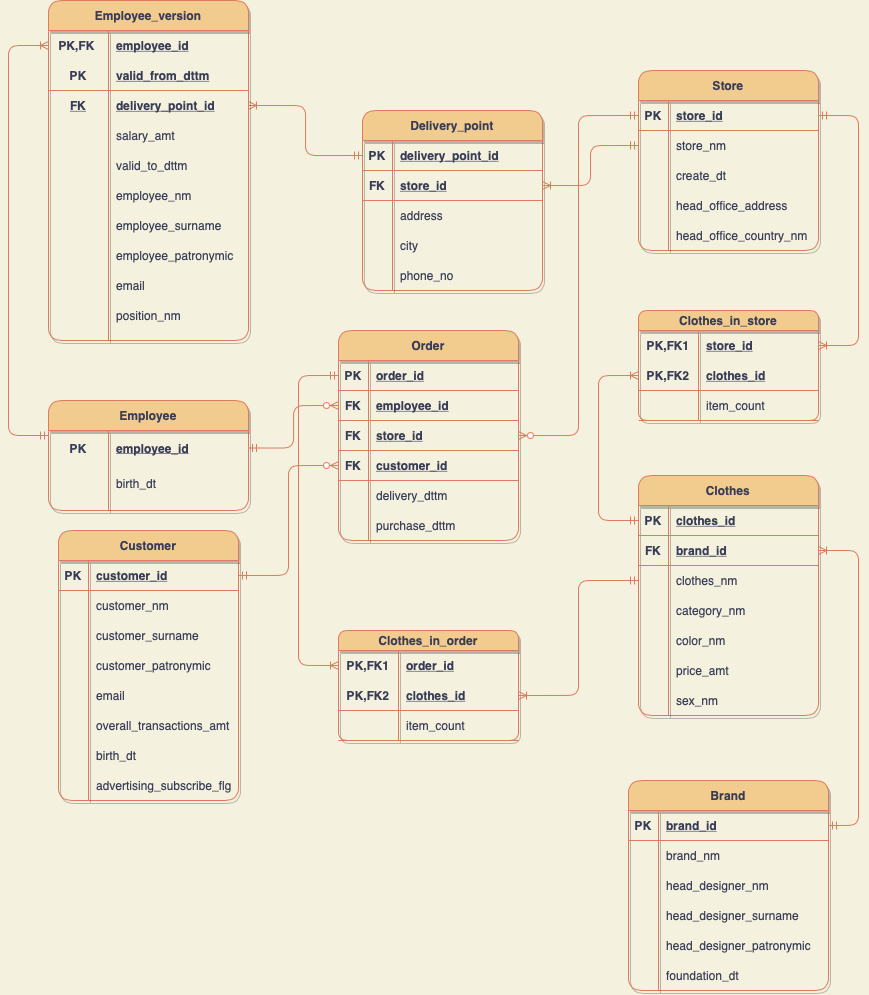
werticell/DatabaseProject keeps this draw.io diagram as images/LogicalModel.png. Above is the earlier version. Source tidied: cells renumbered, new cells last; positions are measured from the earlier drawing's top-left corner, leaving out a move shared by most shapes.
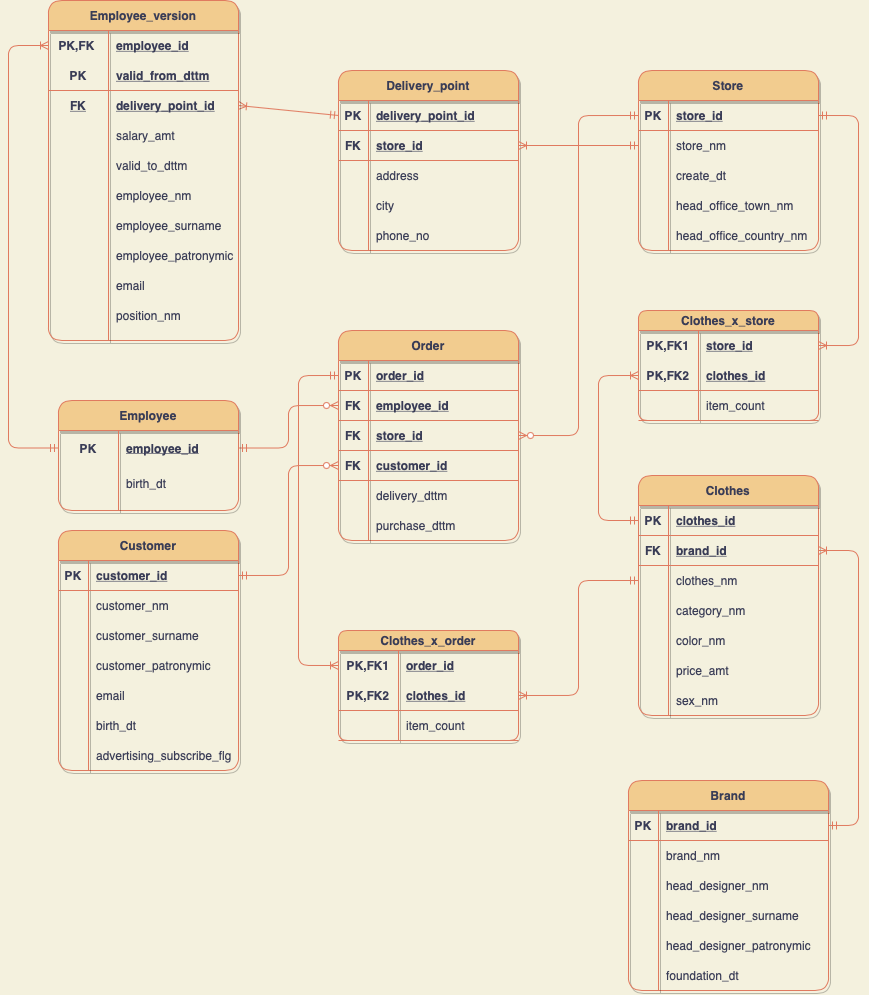
The same diagram one commit later.

Diff of the diagram source:
```diff
@@ -60,7 +60,7 @@
       <mxGeometry x="30" width="150" height="30" as="geometry" />
     </mxCell>
     <mxCell id="21" value="Delivery_point" style="shape=table;startSize=30;rowLines=0;fontStyle=1;align=center;fillColor=#F2CC8F;strokeColor=#E07A5F;fontColor=#393C56;rounded=1;shadow=1;" parent="1" vertex="1">
-      <mxGeometry x="354" y="110" width="180" height="180" as="geometry" />
+      <mxGeometry x="330" y="70" width="180" height="180" as="geometry" />
     </mxCell>
     <mxCell id="22" style="shape=partialRectangle;fillColor=none;top=0;left=0;bottom=1;right=0;points=[[0,0.5],[1,0.5]];portConstraint=eastwest;strokeColor=#E07A5F;fontColor=#393C56;rounded=1;" parent="21" vertex="1">
       <mxGeometry y="30" width="180" height="30" as="geometry" />
@@ -143,7 +143,7 @@
     <mxCell id="48" style="shape=partialRectangle;fillColor=none;top=0;left=0;bottom=0;right=0;overflow=hidden;strokeColor=#E07A5F;fontColor=#393C56;rounded=1;" parent="47" vertex="1">
       <mxGeometry width="30" height="30" as="geometry" />
     </mxCell>
-    <mxCell id="49" value="head_office_address" style="shape=partialRectangle;fillColor=none;top=0;left=0;bottom=0;right=0;align=left;spacingLeft=6;overflow=hidden;strokeColor=#E07A5F;fontColor=#393C56;rounded=1;" parent="47" vertex="1">
+    <mxCell id="49" value="head_office_town_nm" style="shape=partialRectangle;fillColor=none;top=0;left=0;bottom=0;right=0;align=left;spacingLeft=6;overflow=hidden;strokeColor=#E07A5F;fontColor=#393C56;rounded=1;" parent="47" vertex="1">
       <mxGeometry x="30" width="150" height="30" as="geometry" />
     </mxCell>
     <mxCell id="50" style="shape=partialRectangle;fillColor=none;top=0;left=0;bottom=0;right=0;strokeColor=#E07A5F;fontColor=#393C56;rounded=1;" parent="37" vertex="1">
@@ -156,7 +156,7 @@
       <mxGeometry x="30" width="150" height="30" as="geometry" />
     </mxCell>
     <mxCell id="53" value="Customer" style="shape=table;startSize=30;rowLines=0;fontStyle=1;align=center;fillColor=#F2CC8F;strokeColor=#E07A5F;fontColor=#393C56;rounded=1;shadow=1;" parent="1" vertex="1">
-      <mxGeometry x="50" y="530" width="180" height="270" as="geometry" />
+      <mxGeometry x="50" y="530" width="180" height="240" as="geometry" />
     </mxCell>
     <mxCell id="54" style="shape=partialRectangle;fillColor=none;top=0;left=0;bottom=1;right=0;points=[[0,0.5],[1,0.5]];portConstraint=eastwest;strokeColor=#E07A5F;fontColor=#393C56;rounded=1;" parent="53" vertex="1">
       <mxGeometry y="30" width="180" height="30" as="geometry" />
@@ -203,17 +203,8 @@
     <mxCell id="68" value="email" style="shape=partialRectangle;fillColor=none;top=0;left=0;bottom=0;right=0;align=left;spacingLeft=6;overflow=hidden;strokeColor=#E07A5F;fontColor=#393C56;rounded=1;" parent="66" vertex="1">
       <mxGeometry x="30" width="150" height="30" as="geometry" />
     </mxCell>
-    <mxCell id="69" style="shape=partialRectangle;fillColor=none;top=0;left=0;bottom=0;right=0;strokeColor=#E07A5F;fontColor=#393C56;rounded=1;" parent="53" vertex="1">
-      <mxGeometry y="180" width="180" height="30" as="geometry" />
-    </mxCell>
-    <mxCell id="70" style="shape=partialRectangle;fillColor=none;top=0;left=0;bottom=0;right=0;overflow=hidden;strokeColor=#E07A5F;fontColor=#393C56;rounded=1;" parent="69" vertex="1">
-      <mxGeometry width="30" height="30" as="geometry" />
-    </mxCell>
-    <mxCell id="71" value="overall_transactions_amt" style="shape=partialRectangle;fillColor=none;top=0;left=0;bottom=0;right=0;align=left;spacingLeft=6;overflow=hidden;strokeColor=#E07A5F;fontColor=#393C56;rounded=1;" parent="69" vertex="1">
-      <mxGeometry x="30" width="150" height="30" as="geometry" />
-    </mxCell>
     <mxCell id="72" style="shape=partialRectangle;fillColor=none;top=0;left=0;bottom=0;right=0;strokeColor=#E07A5F;fontColor=#393C56;rounded=1;" parent="53" vertex="1">
-      <mxGeometry y="210" width="180" height="30" as="geometry" />
+      <mxGeometry y="180" width="180" height="30" as="geometry" />
     </mxCell>
     <mxCell id="73" style="shape=partialRectangle;fillColor=none;top=0;left=0;bottom=0;right=0;overflow=hidden;strokeColor=#E07A5F;fontColor=#393C56;rounded=1;" parent="72" vertex="1">
       <mxGeometry width="30" height="30" as="geometry" />
@@ -222,7 +213,7 @@
       <mxGeometry x="30" width="150" height="30" as="geometry" />
     </mxCell>
     <mxCell id="75" style="shape=partialRectangle;fillColor=none;top=0;left=0;bottom=0;right=0;strokeColor=#E07A5F;fontColor=#393C56;rounded=1;" parent="53" vertex="1">
-      <mxGeometry y="240" width="180" height="30" as="geometry" />
+      <mxGeometry y="210" width="180" height="30" as="geometry" />
     </mxCell>
     <mxCell id="76" style="shape=partialRectangle;fillColor=none;top=0;left=0;bottom=0;right=0;overflow=hidden;strokeColor=#E07A5F;fontColor=#393C56;rounded=1;" parent="75" vertex="1">
       <mxGeometry width="30" height="30" as="geometry" />
@@ -296,7 +287,7 @@
     <mxCell id="99" value="sex_nm" style="shape=partialRectangle;fillColor=none;top=0;left=0;bottom=0;right=0;align=left;spacingLeft=6;overflow=hidden;strokeColor=#E07A5F;fontColor=#393C56;rounded=1;" parent="97" vertex="1">
       <mxGeometry x="30" width="150" height="30" as="geometry" />
     </mxCell>
-    <mxCell id="100" value="Clothes_in_store" style="shape=table;startSize=20;rowLines=0;fontStyle=1;align=center;fillColor=#F2CC8F;strokeColor=#E07A5F;fontColor=#393C56;rounded=1;shadow=1;" parent="1" vertex="1">
+    <mxCell id="100" value="Clothes_x_store" style="shape=table;startSize=20;rowLines=0;fontStyle=1;align=center;fillColor=#F2CC8F;strokeColor=#E07A5F;fontColor=#393C56;rounded=1;shadow=1;" parent="1" vertex="1">
       <mxGeometry x="630" y="310" width="180" height="110" as="geometry" />
     </mxCell>
     <mxCell id="101" style="shape=partialRectangle;fillColor=none;top=0;left=0;bottom=0;right=0;points=[[0,0.5],[1,0.5]];portConstraint=eastwest;strokeColor=#E07A5F;fontColor=#393C56;rounded=1;" parent="100" vertex="1">
@@ -326,7 +317,7 @@
     <mxCell id="109" value="item_count" style="shape=partialRectangle;fillColor=none;top=0;left=0;bottom=0;right=0;align=left;spacingLeft=6;fontStyle=0;overflow=hidden;strokeColor=#E07A5F;fontColor=#393C56;rounded=1;" parent="107" vertex="1">
       <mxGeometry x="60" width="120" height="30" as="geometry" />
     </mxCell>
-    <mxCell id="110" value="Clothes_in_order" style="shape=table;startSize=20;rowLines=0;fontStyle=1;align=center;fillColor=#F2CC8F;strokeColor=#E07A5F;fontColor=#393C56;rounded=1;shadow=1;" parent="1" vertex="1">
+    <mxCell id="110" value="Clothes_x_order" style="shape=table;startSize=20;rowLines=0;fontStyle=1;align=center;fillColor=#F2CC8F;strokeColor=#E07A5F;fontColor=#393C56;rounded=1;shadow=1;" parent="1" vertex="1">
       <mxGeometry x="330" y="630" width="180" height="110" as="geometry" />
     </mxCell>
     <mxCell id="111" style="shape=partialRectangle;fillColor=none;top=0;left=0;bottom=0;right=0;points=[[0,0.5],[1,0.5]];portConstraint=eastwest;strokeColor=#E07A5F;fontColor=#393C56;rounded=1;" parent="110" vertex="1">
@@ -433,7 +424,7 @@
     <mxCell id="143" style="fontSize=12;html=1;endArrow=ERoneToMany;startArrow=ERmandOne;exitX=0;exitY=0.5;exitDx=0;exitDy=0;entryX=1;entryY=0.5;entryDx=0;entryDy=0;strokeColor=#E07A5F;fontColor=#393C56;edgeStyle=orthogonalEdgeStyle;labelBackgroundColor=#F4F1DE;" parent="1" edge="1" source="41" target="25">
       <mxGeometry relative="1" as="geometry" />
     </mxCell>
-    <mxCell id="144" style="fontSize=12;html=1;endArrow=ERoneToMany;startArrow=ERmandOne;exitX=0;exitY=0.5;exitDx=0;exitDy=0;edgeStyle=orthogonalEdgeStyle;strokeColor=#E07A5F;fontColor=#393C56;labelBackgroundColor=#F4F1DE;entryX=1;entryY=0.5;entryDx=0;entryDy=0;" parent="1" edge="1" source="22" target="163">
+    <mxCell id="144" style="fontSize=12;html=1;endArrow=ERoneToMany;startArrow=ERmandOne;exitX=0;exitY=0.5;exitDx=0;exitDy=0;strokeColor=#E07A5F;fontColor=#393C56;labelBackgroundColor=#F4F1DE;entryX=1;entryY=0.5;entryDx=0;entryDy=0;" parent="1" edge="1" source="22" target="163">
       <mxGeometry relative="1" as="geometry" />
     </mxCell>
     <mxCell id="145" style="fontSize=12;html=1;endArrow=ERoneToMany;startArrow=ERmandOne;exitX=1;exitY=0.5;exitDx=0;exitDy=0;entryX=1;entryY=0.5;entryDx=0;entryDy=0;edgeStyle=orthogonalEdgeStyle;strokeColor=#E07A5F;fontColor=#393C56;labelBackgroundColor=#F4F1DE;" parent="1" edge="1" source="38" target="101">
@@ -464,122 +455,121 @@
       <mxGeometry relative="1" as="geometry" />
     </mxCell>
     <mxCell id="149" value="Employee" style="shape=table;startSize=30;rowLines=0;fontStyle=1;align=center;rounded=1;shadow=1;sketch=0;strokeColor=#E07A5F;fillColor=#F2CC8F;fontColor=#393C56;" parent="1" vertex="1">
-      <mxGeometry x="40" y="400" width="200" height="110" as="geometry" />
+      <mxGeometry x="50" y="400" width="180" height="110" as="geometry" />
     </mxCell>
     <mxCell id="150" style="shape=partialRectangle;fillColor=none;top=0;left=0;bottom=0;right=0;points=[[0,0.5],[1,0.5]];portConstraint=eastwest;strokeColor=#E07A5F;fontColor=#393C56;" parent="149" vertex="1">
-      <mxGeometry y="30" width="200" height="35" as="geometry" />
+      <mxGeometry y="30" width="180" height="35" as="geometry" />
     </mxCell>
     <mxCell id="151" value="PK" style="shape=partialRectangle;fillColor=none;top=0;left=0;bottom=0;right=0;fontStyle=1;overflow=hidden;strokeColor=#E07A5F;fontColor=#393C56;" parent="150" vertex="1">
       <mxGeometry width="60" height="35" as="geometry" />
     </mxCell>
     <mxCell id="152" value="employee_id" style="shape=partialRectangle;fillColor=none;top=0;left=0;bottom=0;right=0;align=left;spacingLeft=6;fontStyle=5;overflow=hidden;strokeColor=#E07A5F;fontColor=#393C56;" parent="150" vertex="1">
-      <mxGeometry x="60" width="140" height="35" as="geometry" />
+      <mxGeometry x="60" width="120" height="35" as="geometry" />
     </mxCell>
     <mxCell id="153" style="shape=partialRectangle;fillColor=none;top=0;left=0;bottom=0;right=0;strokeColor=#E07A5F;fontColor=#393C56;" parent="149" vertex="1">
-      <mxGeometry y="65" width="200" height="35" as="geometry" />
+      <mxGeometry y="65" width="180" height="35" as="geometry" />
     </mxCell>
     <mxCell id="154" style="shape=partialRectangle;fillColor=none;top=0;left=0;bottom=0;right=0;fontStyle=1;overflow=hidden;strokeColor=#E07A5F;fontColor=#393C56;" parent="153" vertex="1">
       <mxGeometry width="60" height="35" as="geometry" />
     </mxCell>
     <mxCell id="155" value="birth_dt" style="shape=partialRectangle;fillColor=none;top=0;left=0;bottom=0;right=0;align=left;spacingLeft=6;fontStyle=0;overflow=hidden;strokeColor=#E07A5F;fontColor=#393C56;" parent="153" vertex="1">
-      <mxGeometry x="60" width="140" height="35" as="geometry" />
+      <mxGeometry x="60" width="120" height="35" as="geometry" />
     </mxCell>
     <mxCell id="156" value="Employee_version" style="shape=table;startSize=30;rowLines=0;fontStyle=1;align=center;rounded=1;shadow=1;sketch=0;strokeColor=#E07A5F;fillColor=#F2CC8F;fontColor=#393C56;" parent="1" vertex="1">
-      <mxGeometry x="40" width="200" height="340" as="geometry" />
+      <mxGeometry x="40" width="190" height="340" as="geometry" />
     </mxCell>
     <mxCell id="157" style="shape=partialRectangle;fillColor=none;top=0;left=0;bottom=0;right=0;points=[[0,0.5],[1,0.5]];portConstraint=eastwest;strokeColor=#E07A5F;fontColor=#393C56;" parent="156" vertex="1">
-      <mxGeometry y="30" width="200" height="30" as="geometry" />
+      <mxGeometry y="30" width="190" height="30" as="geometry" />
     </mxCell>
     <mxCell id="158" value="PK,FK " style="shape=partialRectangle;fillColor=none;top=0;left=0;bottom=0;right=0;fontStyle=1;overflow=hidden;strokeColor=#E07A5F;fontColor=#393C56;" parent="157" vertex="1">
       <mxGeometry width="60" height="30" as="geometry" />
     </mxCell>
     <mxCell id="159" value="employee_id" style="shape=partialRectangle;fillColor=none;top=0;left=0;bottom=0;right=0;align=left;spacingLeft=6;fontStyle=5;overflow=hidden;strokeColor=#E07A5F;fontColor=#393C56;" parent="157" vertex="1">
-      <mxGeometry x="60" width="140" height="30" as="geometry" />
+      <mxGeometry x="60" width="130" height="30" as="geometry" />
     </mxCell>
     <mxCell id="160" style="shape=partialRectangle;fillColor=none;top=0;left=0;bottom=1;right=0;strokeColor=#E07A5F;fontColor=#393C56;" parent="156" vertex="1">
-      <mxGeometry y="60" width="200" height="30" as="geometry" />
+      <mxGeometry y="60" width="190" height="30" as="geometry" />
     </mxCell>
     <mxCell id="161" value="PK" style="shape=partialRectangle;fillColor=none;top=0;left=0;bottom=0;right=0;fontStyle=1;overflow=hidden;strokeColor=#E07A5F;fontColor=#393C56;" parent="160" vertex="1">
       <mxGeometry width="60" height="30" as="geometry" />
     </mxCell>
     <mxCell id="162" value="valid_from_dttm" style="shape=partialRectangle;fillColor=none;top=0;left=0;bottom=0;right=0;align=left;spacingLeft=6;fontStyle=5;overflow=hidden;strokeColor=#E07A5F;fontColor=#393C56;" parent="160" vertex="1">
-      <mxGeometry x="60" width="140" height="30" as="geometry" />
+      <mxGeometry x="60" width="130" height="30" as="geometry" />
     </mxCell>
     <mxCell id="163" style="shape=partialRectangle;fillColor=none;top=0;left=0;bottom=0;right=0;points=[[0,0.5],[1,0.5]];portConstraint=eastwest;strokeColor=#E07A5F;fontColor=#393C56;" parent="156" vertex="1">
-      <mxGeometry y="90" width="200" height="30" as="geometry" />
+      <mxGeometry y="90" width="190" height="30" as="geometry" />
     </mxCell>
     <mxCell id="164" value="FK" style="shape=partialRectangle;fillColor=none;top=0;left=0;bottom=0;right=0;overflow=hidden;fontStyle=5;strokeColor=#E07A5F;fontColor=#393C56;" parent="163" vertex="1">
       <mxGeometry width="60" height="30" as="geometry" />
     </mxCell>
     <mxCell id="165" value="delivery_point_id" style="shape=partialRectangle;fillColor=none;top=0;left=0;bottom=0;right=0;align=left;spacingLeft=6;overflow=hidden;fontStyle=5;strokeColor=#E07A5F;fontColor=#393C56;" parent="163" vertex="1">
-      <mxGeometry x="60" width="140" height="30" as="geometry" />
+      <mxGeometry x="60" width="130" height="30" as="geometry" />
     </mxCell>
     <mxCell id="166" style="shape=partialRectangle;fillColor=none;top=0;left=0;bottom=0;right=0;strokeColor=#E07A5F;fontColor=#393C56;" parent="156" vertex="1">
-      <mxGeometry y="120" width="200" height="30" as="geometry" />
+      <mxGeometry y="120" width="190" height="30" as="geometry" />
     </mxCell>
     <mxCell id="167" style="shape=partialRectangle;fillColor=none;top=0;left=0;bottom=0;right=0;overflow=hidden;strokeColor=#E07A5F;fontColor=#393C56;" parent="166" vertex="1">
       <mxGeometry width="60" height="30" as="geometry" />
     </mxCell>
     <mxCell id="168" value="salary_amt" style="shape=partialRectangle;fillColor=none;top=0;left=0;bottom=0;right=0;align=left;spacingLeft=6;overflow=hidden;strokeColor=#E07A5F;fontColor=#393C56;" parent="166" vertex="1">
-      <mxGeometry x="60" width="140" height="30" as="geometry" />
+      <mxGeometry x="60" width="130" height="30" as="geometry" />
     </mxCell>
     <mxCell id="169" style="shape=partialRectangle;fillColor=none;top=0;left=0;bottom=0;right=0;strokeColor=#E07A5F;fontColor=#393C56;" parent="156" vertex="1">
-      <mxGeometry y="150" width="200" height="30" as="geometry" />
+      <mxGeometry y="150" width="190" height="30" as="geometry" />
     </mxCell>
     <mxCell id="170" style="shape=partialRectangle;fillColor=none;top=0;left=0;bottom=0;right=0;overflow=hidden;strokeColor=#E07A5F;fontColor=#393C56;" parent="169" vertex="1">
       <mxGeometry width="60" height="30" as="geometry" />
     </mxCell>
     <mxCell id="171" value="valid_to_dttm" style="shape=partialRectangle;fillColor=none;top=0;left=0;bottom=0;right=0;align=left;spacingLeft=6;overflow=hidden;strokeColor=#E07A5F;fontColor=#393C56;" parent="169" vertex="1">
-      <mxGeometry x="60" width="140" height="30" as="geometry" />
+      <mxGeometry x="60" width="130" height="30" as="geometry" />
     </mxCell>
     <mxCell id="172" style="shape=partialRectangle;fillColor=none;top=0;left=0;bottom=0;right=0;strokeColor=#E07A5F;fontColor=#393C56;" parent="156" vertex="1">
-      <mxGeometry y="180" width="200" height="30" as="geometry" />
+      <mxGeometry y="180" width="190" height="30" as="geometry" />
     </mxCell>
     <mxCell id="173" style="shape=partialRectangle;fillColor=none;top=0;left=0;bottom=0;right=0;overflow=hidden;strokeColor=#E07A5F;fontColor=#393C56;" parent="172" vertex="1">
       <mxGeometry width="60" height="30" as="geometry" />
     </mxCell>
     <mxCell id="174" value="employee_nm" style="shape=partialRectangle;fillColor=none;top=0;left=0;bottom=0;right=0;align=left;spacingLeft=6;overflow=hidden;strokeColor=#E07A5F;fontColor=#393C56;" parent="172" vertex="1">
-      <mxGeometry x="60" width="140" height="30" as="geometry" />
+      <mxGeometry x="60" width="130" height="30" as="geometry" />
     </mxCell>
     <mxCell id="175" style="shape=partialRectangle;fillColor=none;top=0;left=0;bottom=0;right=0;strokeColor=#E07A5F;fontColor=#393C56;" parent="156" vertex="1">
-      <mxGeometry y="210" width="200" height="30" as="geometry" />
+      <mxGeometry y="210" width="190" height="30" as="geometry" />
     </mxCell>
     <mxCell id="176" style="shape=partialRectangle;fillColor=none;top=0;left=0;bottom=0;right=0;overflow=hidden;strokeColor=#E07A5F;fontColor=#393C56;" parent="175" vertex="1">
       <mxGeometry width="60" height="30" as="geometry" />
     </mxCell>
     <mxCell id="177" value="employee_surname" style="shape=partialRectangle;fillColor=none;top=0;left=0;bottom=0;right=0;align=left;spacingLeft=6;overflow=hidden;strokeColor=#E07A5F;fontColor=#393C56;" parent="175" vertex="1">
-      <mxGeometry x="60" width="140" height="30" as="geometry" />
+      <mxGeometry x="60" width="130" height="30" as="geometry" />
     </mxCell>
     <mxCell id="178" style="shape=partialRectangle;fillColor=none;top=0;left=0;bottom=0;right=0;strokeColor=#E07A5F;fontColor=#393C56;" parent="156" vertex="1">
-      <mxGeometry y="240" width="200" height="30" as="geometry" />
+      <mxGeometry y="240" width="190" height="30" as="geometry" />
     </mxCell>
     <mxCell id="179" style="shape=partialRectangle;fillColor=none;top=0;left=0;bottom=0;right=0;overflow=hidden;strokeColor=#E07A5F;fontColor=#393C56;" parent="178" vertex="1">
       <mxGeometry width="60" height="30" as="geometry" />
     </mxCell>
     <mxCell id="180" value="employee_patronymic" style="shape=partialRectangle;fillColor=none;top=0;left=0;bottom=0;right=0;align=left;spacingLeft=6;overflow=hidden;strokeColor=#E07A5F;fontColor=#393C56;" parent="178" vertex="1">
-      <mxGeometry x="60" width="140" height="30" as="geometry" />
+      <mxGeometry x="60" width="130" height="30" as="geometry" />
     </mxCell>
     <mxCell id="181" style="shape=partialRectangle;fillColor=none;top=0;left=0;bottom=0;right=0;strokeColor=#E07A5F;fontColor=#393C56;" parent="156" vertex="1">
-      <mxGeometry y="270" width="200" height="30" as="geometry" />
+      <mxGeometry y="270" width="190" height="30" as="geometry" />
     </mxCell>
     <mxCell id="182" style="shape=partialRectangle;fillColor=none;top=0;left=0;bottom=0;right=0;overflow=hidden;strokeColor=#E07A5F;fontColor=#393C56;" parent="181" vertex="1">
       <mxGeometry width="60" height="30" as="geometry" />
     </mxCell>
     <mxCell id="183" value="email" style="shape=partialRectangle;fillColor=none;top=0;left=0;bottom=0;right=0;align=left;spacingLeft=6;overflow=hidden;strokeColor=#E07A5F;fontColor=#393C56;" parent="181" vertex="1">
-      <mxGeometry x="60" width="140" height="30" as="geometry" />
+      <mxGeometry x="60" width="130" height="30" as="geometry" />
     </mxCell>
     <mxCell id="184" style="shape=partialRectangle;fillColor=none;top=0;left=0;bottom=0;right=0;strokeColor=#E07A5F;fontColor=#393C56;" parent="156" vertex="1">
-      <mxGeometry y="300" width="200" height="30" as="geometry" />
+      <mxGeometry y="300" width="190" height="30" as="geometry" />
     </mxCell>
     <mxCell id="185" style="shape=partialRectangle;fillColor=none;top=0;left=0;bottom=0;right=0;overflow=hidden;fontStyle=5;strokeColor=#E07A5F;fontColor=#393C56;" parent="184" vertex="1">
       <mxGeometry width="60" height="30" as="geometry" />
     </mxCell>
     <mxCell id="186" value="position_nm" style="shape=partialRectangle;fillColor=none;top=0;left=0;bottom=0;right=0;align=left;spacingLeft=6;overflow=hidden;fontStyle=0;strokeColor=#E07A5F;fontColor=#393C56;" parent="184" vertex="1">
-      <mxGeometry x="60" width="140" height="30" as="geometry" />
+      <mxGeometry x="60" width="130" height="30" as="geometry" />
     </mxCell>
-    <mxCell id="187" style="fontSize=12;html=1;endArrow=ERoneToMany;startArrow=ERmandOne;exitX=0;exitY=0.5;exitDx=0;exitDy=0;edgeStyle=elbowEdgeStyle;strokeColor=#E07A5F;fontColor=#393C56;labelBackgroundColor=#F4F1DE;entryX=0;entryY=0.5;entryDx=0;entryDy=0;" parent="1" edge="1" target="157">
+    <mxCell id="187" style="fontSize=12;html=1;endArrow=ERoneToMany;startArrow=ERmandOne;exitX=0;exitY=0.5;exitDx=0;exitDy=0;edgeStyle=elbowEdgeStyle;strokeColor=#E07A5F;fontColor=#393C56;labelBackgroundColor=#F4F1DE;entryX=0;entryY=0.5;entryDx=0;entryDy=0;" parent="1" edge="1" source="150" target="157">
       <mxGeometry relative="1" as="geometry">
-        <mxPoint x="40" y="435" as="sourcePoint" />
         <Array as="points">
           <mxPoint y="240" />
         </Array>
```
